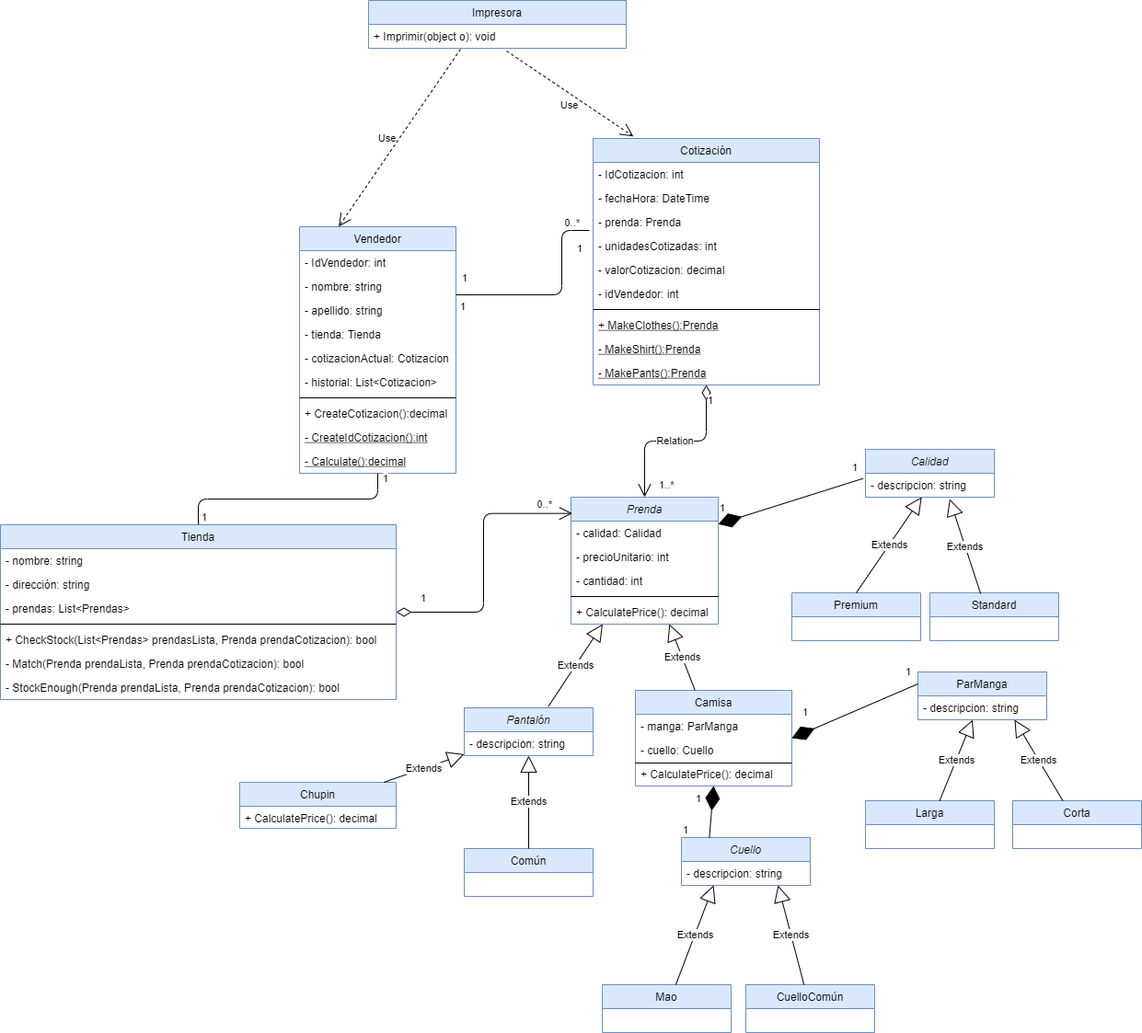
The draw.io diagram Diagrama de Clases.png in rominamenacho/EjercicioTiendaMayorista, before a commit. Source tidied: cells renumbered, new cells last; positions are measured from the earlier drawing's top-left corner, leaving out a move shared by most shapes.
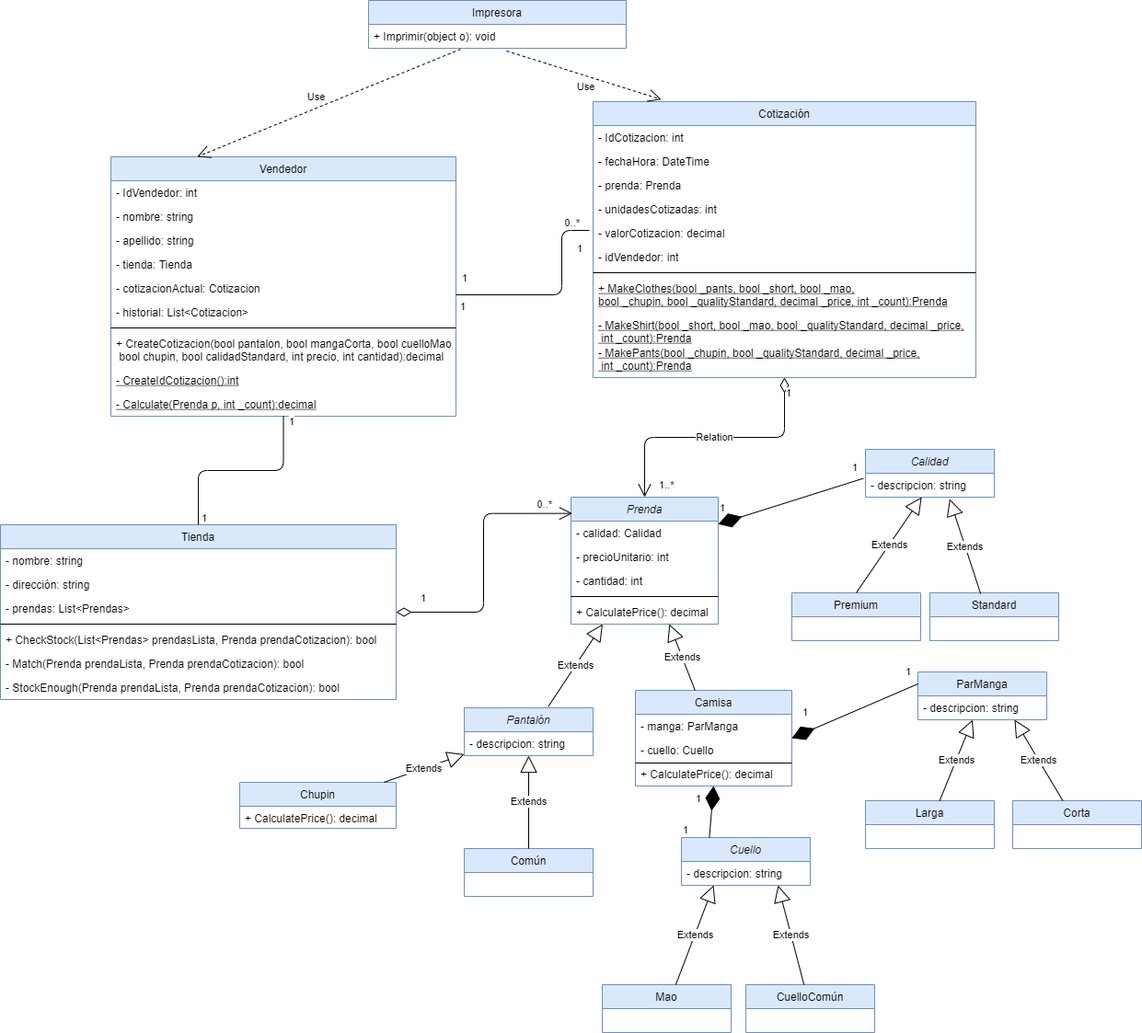
Above is the later version.

What changed in the source:
```diff
@@ -3,70 +3,70 @@
     <mxCell id="0" />
     <mxCell id="1" parent="0" />
     <mxCell id="2" value="Vendedor" style="swimlane;fontStyle=0;align=center;verticalAlign=top;horizontal=1;startSize=26;fillColor=#dae8fc;strokeColor=#6c8ebf;" parent="1" vertex="1">
-      <mxGeometry x="325" y="246" width="170" height="268" as="geometry" />
+      <mxGeometry x="120" y="170" width="375" height="282" as="geometry" />
     </mxCell>
     <mxCell id="3" value="- IdVendedor: int" style="text;strokeColor=none;fillColor=none;align=left;verticalAlign=top;spacingLeft=4;spacingRight=4;overflow=hidden;" parent="2" vertex="1">
-      <mxGeometry y="26" width="170" height="26" as="geometry" />
+      <mxGeometry y="26" width="375" height="26" as="geometry" />
     </mxCell>
     <mxCell id="4" value="- nombre: string" style="text;strokeColor=none;fillColor=none;align=left;verticalAlign=top;spacingLeft=4;spacingRight=4;overflow=hidden;" parent="2" vertex="1">
-      <mxGeometry y="52" width="170" height="26" as="geometry" />
+      <mxGeometry y="52" width="375" height="26" as="geometry" />
     </mxCell>
     <mxCell id="5" value="- apellido: string" style="text;strokeColor=none;fillColor=none;align=left;verticalAlign=top;spacingLeft=4;spacingRight=4;overflow=hidden;" parent="2" vertex="1">
-      <mxGeometry y="78" width="170" height="26" as="geometry" />
+      <mxGeometry y="78" width="375" height="26" as="geometry" />
     </mxCell>
     <mxCell id="6" value="- tienda: Tienda" style="text;strokeColor=none;fillColor=none;align=left;verticalAlign=top;spacingLeft=4;spacingRight=4;overflow=hidden;" parent="2" vertex="1">
-      <mxGeometry y="104" width="170" height="26" as="geometry" />
+      <mxGeometry y="104" width="375" height="26" as="geometry" />
     </mxCell>
     <mxCell id="7" value="- cotizacionActual: Cotizacion" style="text;strokeColor=none;fillColor=none;align=left;verticalAlign=top;spacingLeft=4;spacingRight=4;overflow=hidden;" parent="2" vertex="1">
-      <mxGeometry y="130" width="170" height="26" as="geometry" />
+      <mxGeometry y="130" width="375" height="26" as="geometry" />
     </mxCell>
     <mxCell id="8" value="- historial: List&lt;Cotizacion&gt;" style="text;strokeColor=none;fillColor=none;align=left;verticalAlign=top;spacingLeft=4;spacingRight=4;overflow=hidden;" parent="2" vertex="1">
-      <mxGeometry y="156" width="170" height="26" as="geometry" />
+      <mxGeometry y="156" width="375" height="26" as="geometry" />
     </mxCell>
     <mxCell id="9" style="line;strokeWidth=1;fillColor=none;align=left;verticalAlign=middle;spacingTop=-1;spacingLeft=3;spacingRight=3;labelPosition=right;" parent="2" vertex="1">
-      <mxGeometry y="182" width="170" height="8" as="geometry" />
+      <mxGeometry y="182" width="375" height="8" as="geometry" />
     </mxCell>
-    <mxCell id="10" value="+ CreateCotizacion():decimal" style="text;strokeColor=none;fillColor=none;align=left;verticalAlign=top;spacingLeft=4;spacingRight=4;overflow=hidden;" parent="2" vertex="1">
-      <mxGeometry y="190" width="170" height="26" as="geometry" />
+    <mxCell id="10" value="+ CreateCotizacion(bool pantalon, bool mangaCorta, bool cuelloMao,&#10; bool chupin, bool calidadStandard, int precio, int cantidad):decimal" style="text;strokeColor=none;fillColor=none;align=left;verticalAlign=top;spacingLeft=4;spacingRight=4;overflow=hidden;" parent="2" vertex="1">
+      <mxGeometry y="190" width="375" height="40" as="geometry" />
     </mxCell>
     <mxCell id="11" value="- CreateIdCotizacion():int" style="text;strokeColor=none;fillColor=none;align=left;verticalAlign=top;spacingLeft=4;spacingRight=4;overflow=hidden;fontStyle=4;" parent="2" vertex="1">
-      <mxGeometry y="216" width="170" height="26" as="geometry" />
+      <mxGeometry y="230" width="375" height="26" as="geometry" />
     </mxCell>
-    <mxCell id="12" value="- Calculate():decimal" style="text;strokeColor=none;fillColor=none;align=left;verticalAlign=top;spacingLeft=4;spacingRight=4;overflow=hidden;fontStyle=4;" parent="2" vertex="1">
-      <mxGeometry y="242" width="170" height="26" as="geometry" />
+    <mxCell id="12" value="- Calculate(Prenda p, int _count):decimal" style="text;strokeColor=none;fillColor=none;align=left;verticalAlign=top;spacingLeft=4;spacingRight=4;overflow=hidden;fontStyle=4;" parent="2" vertex="1">
+      <mxGeometry y="256" width="375" height="26" as="geometry" />
     </mxCell>
     <mxCell id="13" value="Cotización" style="swimlane;fontStyle=0;align=center;verticalAlign=top;horizontal=1;startSize=26;fillColor=#dae8fc;strokeColor=#6c8ebf;" parent="1" vertex="1">
-      <mxGeometry x="644" y="150" width="246" height="268" as="geometry" />
+      <mxGeometry x="644" y="110" width="416" height="300" as="geometry" />
     </mxCell>
     <mxCell id="14" value="- IdCotizacion: int" style="text;strokeColor=none;fillColor=none;align=left;verticalAlign=top;spacingLeft=4;spacingRight=4;overflow=hidden;" parent="13" vertex="1">
-      <mxGeometry y="26" width="246" height="26" as="geometry" />
+      <mxGeometry y="26" width="416" height="26" as="geometry" />
     </mxCell>
     <mxCell id="15" value="- fechaHora: DateTime" style="text;strokeColor=none;fillColor=none;align=left;verticalAlign=top;spacingLeft=4;spacingRight=4;overflow=hidden;" parent="13" vertex="1">
-      <mxGeometry y="52" width="246" height="26" as="geometry" />
+      <mxGeometry y="52" width="416" height="26" as="geometry" />
     </mxCell>
     <mxCell id="16" value="- prenda: Prenda" style="text;strokeColor=none;fillColor=none;align=left;verticalAlign=top;spacingLeft=4;spacingRight=4;overflow=hidden;" parent="13" vertex="1">
-      <mxGeometry y="78" width="246" height="26" as="geometry" />
+      <mxGeometry y="78" width="416" height="26" as="geometry" />
     </mxCell>
     <mxCell id="17" value="- unidadesCotizadas: int" style="text;strokeColor=none;fillColor=none;align=left;verticalAlign=top;spacingLeft=4;spacingRight=4;overflow=hidden;" parent="13" vertex="1">
-      <mxGeometry y="104" width="246" height="26" as="geometry" />
+      <mxGeometry y="104" width="416" height="26" as="geometry" />
     </mxCell>
     <mxCell id="18" value="- valorCotizacion: decimal" style="text;strokeColor=none;fillColor=none;align=left;verticalAlign=top;spacingLeft=4;spacingRight=4;overflow=hidden;" parent="13" vertex="1">
-      <mxGeometry y="130" width="246" height="26" as="geometry" />
+      <mxGeometry y="130" width="416" height="26" as="geometry" />
     </mxCell>
     <mxCell id="19" value="- idVendedor: int" style="text;strokeColor=none;fillColor=none;align=left;verticalAlign=top;spacingLeft=4;spacingRight=4;overflow=hidden;" parent="13" vertex="1">
-      <mxGeometry y="156" width="246" height="26" as="geometry" />
+      <mxGeometry y="156" width="416" height="26" as="geometry" />
     </mxCell>
     <mxCell id="20" style="line;strokeWidth=1;fillColor=none;align=left;verticalAlign=middle;spacingTop=-1;spacingLeft=3;spacingRight=3;labelPosition=right;" parent="13" vertex="1">
-      <mxGeometry y="182" width="246" height="8" as="geometry" />
+      <mxGeometry y="182" width="416" height="8" as="geometry" />
     </mxCell>
-    <mxCell id="21" value="+ MakeClothes():Prenda" style="text;strokeColor=none;fillColor=none;align=left;verticalAlign=top;spacingLeft=4;spacingRight=4;overflow=hidden;fontStyle=4;" parent="13" vertex="1">
-      <mxGeometry y="190" width="246" height="26" as="geometry" />
+    <mxCell id="21" value="+ MakeClothes(bool _pants, bool _short, bool _mao, &#10;bool _chupin, bool _qualityStandard, decimal _price, int _count):Prenda" style="text;strokeColor=none;fillColor=none;align=left;verticalAlign=top;spacingLeft=4;spacingRight=4;overflow=hidden;fontStyle=4;" parent="13" vertex="1">
+      <mxGeometry y="190" width="416" height="40" as="geometry" />
     </mxCell>
-    <mxCell id="22" value="- MakeShirt():Prenda" style="text;strokeColor=none;fillColor=none;align=left;verticalAlign=top;spacingLeft=4;spacingRight=4;overflow=hidden;fontStyle=4;" parent="13" vertex="1">
-      <mxGeometry y="216" width="246" height="26" as="geometry" />
+    <mxCell id="22" value="- MakeShirt(bool _short, bool _mao, bool _qualityStandard, decimal _price,&#10; int _count):Prenda" style="text;strokeColor=none;fillColor=none;align=left;verticalAlign=top;spacingLeft=4;spacingRight=4;overflow=hidden;fontStyle=4;" parent="13" vertex="1">
+      <mxGeometry y="230" width="416" height="30" as="geometry" />
     </mxCell>
-    <mxCell id="23" value="- MakePants():Prenda" style="text;strokeColor=none;fillColor=none;align=left;verticalAlign=top;spacingLeft=4;spacingRight=4;overflow=hidden;fontStyle=4;" parent="13" vertex="1">
-      <mxGeometry y="242" width="246" height="26" as="geometry" />
+    <mxCell id="23" value="- MakePants(bool _chupin, bool _qualityStandard, decimal _price,&#10; int _count):Prenda" style="text;strokeColor=none;fillColor=none;align=left;verticalAlign=top;spacingLeft=4;spacingRight=4;overflow=hidden;fontStyle=4;" parent="13" vertex="1">
+      <mxGeometry y="260" width="416" height="40" as="geometry" />
     </mxCell>
     <mxCell id="24" value="Impresora" style="swimlane;fontStyle=0;horizontal=1;startSize=26;fillColor=#dae8fc;strokeColor=#6c8ebf;" parent="1" vertex="1">
       <mxGeometry x="400" width="280" height="52" as="geometry" />
```
